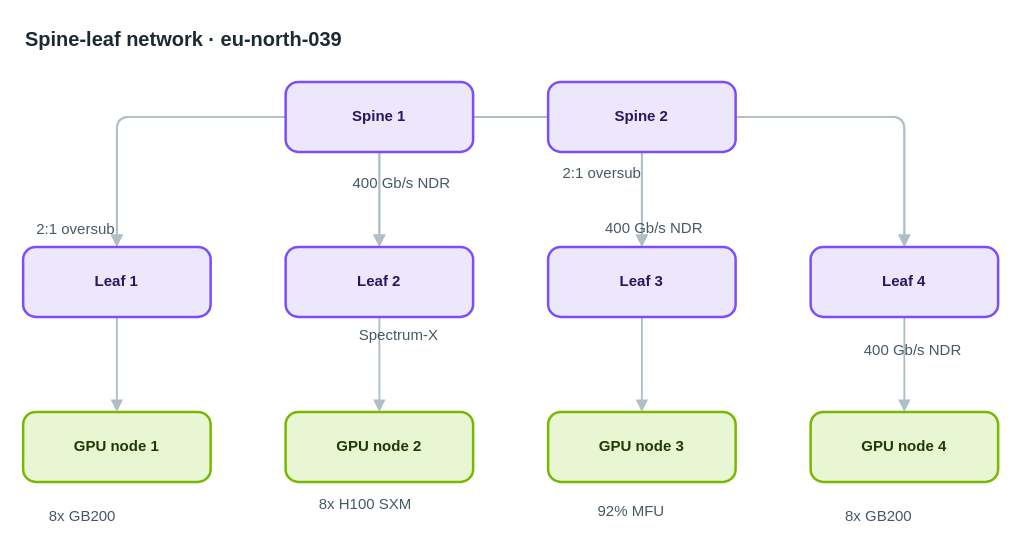
This is apps/web/public/samples/library/039-spine-leaf-network.drawio from AryanG01/open-apprentice, a draw.io file, before an edit. Source tidied: cells renumbered, new cells numbered last; positions are measured from the earlier drawing's top-left corner, leaving out a move shared by most shapes. Both pictures are drawn from the tidied source at 125%, with x=0, y=0 at pixel (22, 21).
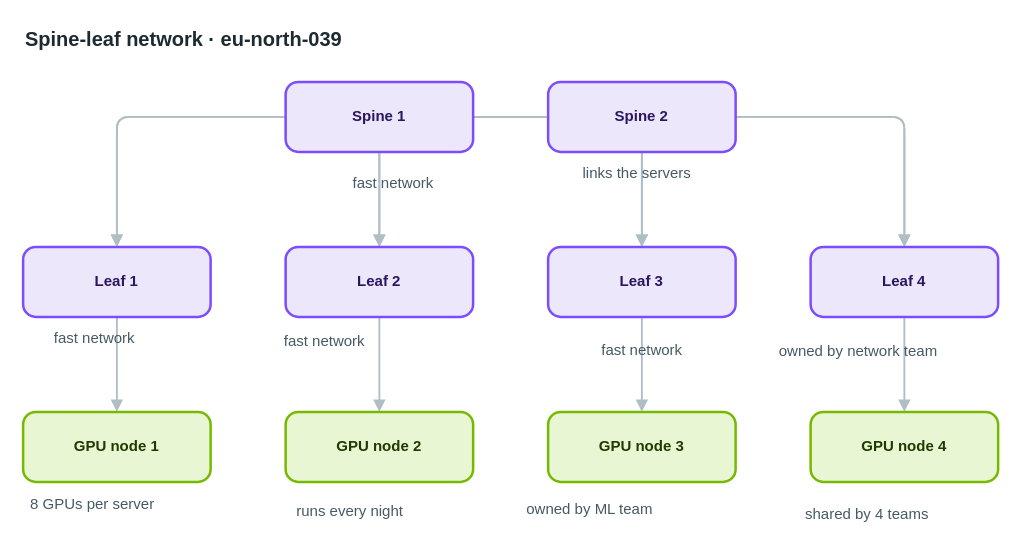
After the change.

What changed in the source:
```diff
@@
-    <mxCell id="25" value="400 Gb/s NDR" style="text;html=1;align=left;verticalAlign=top;whiteSpace=nowrap;spacing=0;spacingTop=0;strokeColor=none;fillColor=none;fontSize=12;fontColor=#455a64;" parent="1" vertex="1">
+    <mxCell id="25" value="fast network" style="text;html=1;align=left;verticalAlign=top;whiteSpace=nowrap;spacing=0;spacingTop=0;strokeColor=none;fillColor=none;fontSize=12;fontColor=#455a64;" parent="1" vertex="1">
       <mxGeometry x="264" y="117" width="96" height="20" as="geometry" />
     </mxCell>
-    <mxCell id="26" value="2:1 oversub" style="text;html=1;align=left;verticalAlign=top;whiteSpace=nowrap;spacing=0;spacingTop=0;strokeColor=none;fillColor=none;fontSize=12;fontColor=#455a64;" parent="1" vertex="1">
-      <mxGeometry x="432" y="109" width="89" height="20" as="geometry" />
+    <mxCell id="26" value="links the servers" style="text;html=1;align=left;verticalAlign=top;whiteSpace=nowrap;spacing=0;spacingTop=0;strokeColor=none;fillColor=none;fontSize=12;fontColor=#455a64;" parent="1" vertex="1">
+      <mxGeometry x="448" y="109" width="131" height="20" as="geometry" />
     </mxCell>
-    <mxCell id="27" value="2:1 oversub" style="text;html=1;align=left;verticalAlign=top;whiteSpace=nowrap;spacing=0;spacingTop=0;strokeColor=none;fillColor=none;fontSize=12;fontColor=#455a64;" parent="1" vertex="1">
-      <mxGeometry x="11" y="154" width="89" height="20" as="geometry" />
+    <mxCell id="27" value="fast network" style="text;html=1;align=left;verticalAlign=top;whiteSpace=nowrap;spacing=0;spacingTop=0;strokeColor=none;fillColor=none;fontSize=12;fontColor=#455a64;" parent="1" vertex="1">
+      <mxGeometry x="25" y="241" width="96" height="20" as="geometry" />
     </mxCell>
-    <mxCell id="28" value="Spectrum-X" style="text;html=1;align=left;verticalAlign=top;whiteSpace=nowrap;spacing=0;spacingTop=0;strokeColor=none;fillColor=none;fontSize=12;fontColor=#455a64;" parent="1" vertex="1">
-      <mxGeometry x="269" y="239" width="82" height="20" as="geometry" />
+    <mxCell id="28" value="fast network" style="text;html=1;align=left;verticalAlign=top;whiteSpace=nowrap;spacing=0;spacingTop=0;strokeColor=none;fillColor=none;fontSize=12;fontColor=#455a64;" parent="1" vertex="1">
+      <mxGeometry x="209" y="244" width="96" height="20" as="geometry" />
     </mxCell>
-    <mxCell id="29" value="400 Gb/s NDR" style="text;html=1;align=left;verticalAlign=top;whiteSpace=nowrap;spacing=0;spacingTop=0;strokeColor=none;fillColor=none;fontSize=12;fontColor=#455a64;" parent="1" vertex="1">
-      <mxGeometry x="466" y="153" width="96" height="20" as="geometry" />
+    <mxCell id="29" value="fast network" style="text;html=1;align=left;verticalAlign=top;whiteSpace=nowrap;spacing=0;spacingTop=0;strokeColor=none;fillColor=none;fontSize=12;fontColor=#455a64;" parent="1" vertex="1">
+      <mxGeometry x="463" y="251" width="96" height="20" as="geometry" />
     </mxCell>
-    <mxCell id="30" value="400 Gb/s NDR" style="text;html=1;align=left;verticalAlign=top;whiteSpace=nowrap;spacing=0;spacingTop=0;strokeColor=none;fillColor=none;fontSize=12;fontColor=#455a64;" parent="1" vertex="1">
-      <mxGeometry x="673" y="251" width="96" height="20" as="geometry" />
+    <mxCell id="30" value="owned by network team" style="text;html=1;align=left;verticalAlign=top;whiteSpace=nowrap;spacing=0;spacingTop=0;strokeColor=none;fillColor=none;fontSize=12;fontColor=#455a64;" parent="1" vertex="1">
+      <mxGeometry x="605" y="252" width="159" height="20" as="geometry" />
     </mxCell>
-    <mxCell id="31" value="8x GB200" style="text;html=1;align=left;verticalAlign=top;whiteSpace=nowrap;spacing=0;spacingTop=0;strokeColor=none;fillColor=none;fontSize=12;fontColor=#455a64;" parent="1" vertex="1">
-      <mxGeometry x="21" y="384" width="68" height="20" as="geometry" />
+    <mxCell id="31" value="8 GPUs per server" style="text;html=1;align=left;verticalAlign=top;whiteSpace=nowrap;spacing=0;spacingTop=0;strokeColor=none;fillColor=none;fontSize=12;fontColor=#455a64;" parent="1" vertex="1">
+      <mxGeometry x="6" y="374" width="131" height="20" as="geometry" />
     </mxCell>
-    <mxCell id="32" value="8x H100 SXM" style="text;html=1;align=left;verticalAlign=top;whiteSpace=nowrap;spacing=0;spacingTop=0;strokeColor=none;fillColor=none;fontSize=12;fontColor=#455a64;" parent="1" vertex="1">
-      <mxGeometry x="237" y="374" width="89" height="20" as="geometry" />
+    <mxCell id="32" value="runs every night" style="text;html=1;align=left;verticalAlign=top;whiteSpace=nowrap;spacing=0;spacingTop=0;strokeColor=none;fillColor=none;fontSize=12;fontColor=#455a64;" parent="1" vertex="1">
+      <mxGeometry x="219" y="380" width="124" height="20" as="geometry" />
     </mxCell>
-    <mxCell id="33" value="92% MFU" style="text;html=1;align=left;verticalAlign=top;whiteSpace=nowrap;spacing=0;spacingTop=0;strokeColor=none;fillColor=none;fontSize=12;fontColor=#455a64;" parent="1" vertex="1">
-      <mxGeometry x="460" y="380" width="61" height="20" as="geometry" />
+    <mxCell id="33" value="owned by ML team" style="text;html=1;align=left;verticalAlign=top;whiteSpace=nowrap;spacing=0;spacingTop=0;strokeColor=none;fillColor=none;fontSize=12;fontColor=#455a64;" parent="1" vertex="1">
+      <mxGeometry x="403" y="378" width="124" height="20" as="geometry" />
     </mxCell>
-    <mxCell id="34" value="8x GB200" style="text;html=1;align=left;verticalAlign=top;whiteSpace=nowrap;spacing=0;spacingTop=0;strokeColor=none;fillColor=none;fontSize=12;fontColor=#455a64;" parent="1" vertex="1">
-      <mxGeometry x="658" y="384" width="68" height="20" as="geometry" />
+    <mxCell id="34" value="shared by 4 teams" style="text;html=1;align=left;verticalAlign=top;whiteSpace=nowrap;spacing=0;spacingTop=0;strokeColor=none;fillColor=none;fontSize=12;fontColor=#455a64;" parent="1" vertex="1">
+      <mxGeometry x="626" y="382" width="131" height="20" as="geometry" />
     </mxCell>
```
